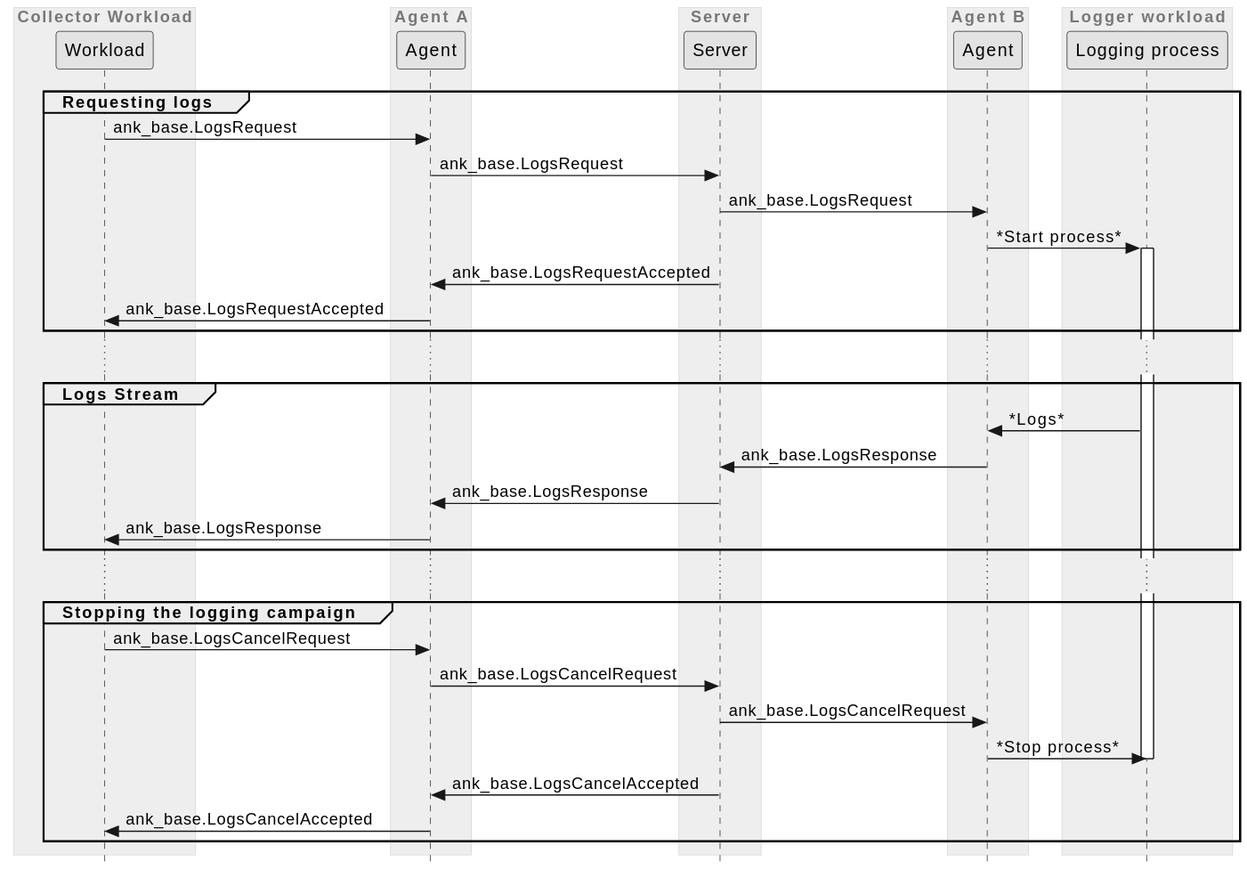
Before: agent/doc/swdesign/plantuml/seq_logging_workflow.svg, a diagram exported from PlantUML (eclipse-ankaios/ankaios). Source of this version:
```plantuml
@startuml
!include ../../../../resources/doc/plantuml/clean.skin

box "Collector Workload"
    participant "Workload" as collector_workload
end box

box "Agent A"
    participant "Agent" as agent_a
end box

box "Server"
    participant "Server" as server
end box

box "Agent B"
    participant "Agent" as agent_b
end box

box "Logger workload"
    participant "Logging process" as logger
end box

group Requesting logs
    collector_workload -> agent_a: ank_base.LogsRequest
    agent_a -> server: ank_base.LogsRequest
    server -> agent_b: ank_base.LogsRequest
    agent_b -> logger: *Start process*
    activate logger
    server -> agent_a: ank_base.LogsRequestAccepted
    agent_a -> collector_workload: ank_base.LogsRequestAccepted
end group

...

group Logs Stream
    logger -> agent_b: *Logs*
    agent_b -> server: ank_base.LogsResponse
    server -> agent_a: ank_base.LogsResponse
    agent_a -> collector_workload: ank_base.LogsResponse
end group

...

group Stopping the logging campaign
    collector_workload -> agent_a: ank_base.LogsCancelRequest
    agent_a -> server: ank_base.LogsCancelRequest
    server -> agent_b: ank_base.LogsCancelRequest
    agent_b -> logger: *Stop process*
    deactivate logger
    server -> agent_a: ank_base.LogsCancelAccepted
    agent_a -> collector_workload: ank_base.LogsCancelAccepted
end group
@enduml
```
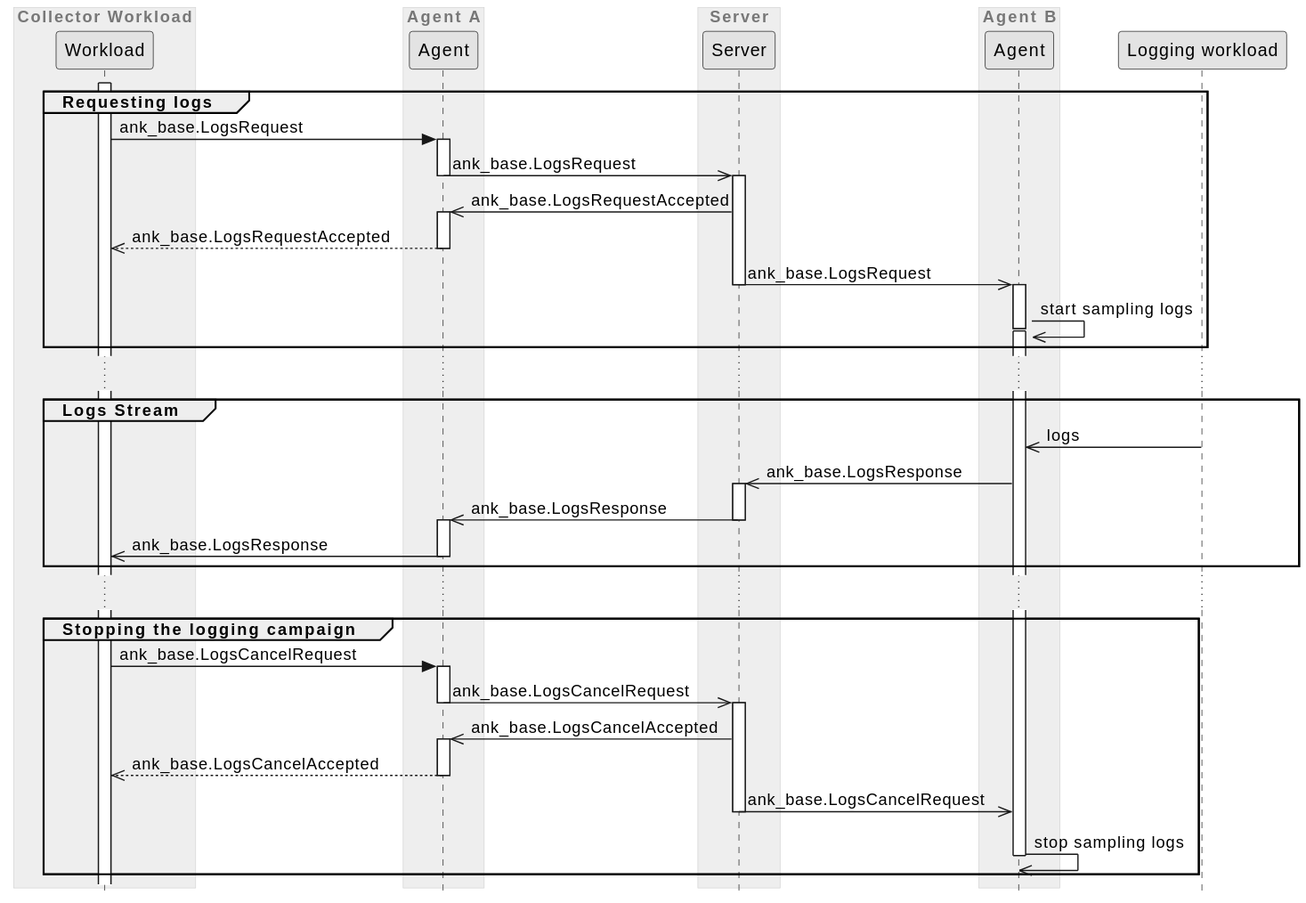
Above is the later version.

Commit message:
Update the sequence diagram

What changed in the source:
```diff
@@ -17,38 +17,43 @@
     participant "Agent" as agent_b
 end box
 
-box "Logger workload"
-    participant "Logging process" as logger
-end box
+participant "Logging workload" as logging_wl
+
+activate collector_workload
 
 group Requesting logs
-    collector_workload -> agent_a: ank_base.LogsRequest
-    agent_a -> server: ank_base.LogsRequest
-    server -> agent_b: ank_base.LogsRequest
-    agent_b -> logger: *Start process*
-    activate logger
-    server -> agent_a: ank_base.LogsRequestAccepted
-    agent_a -> collector_workload: ank_base.LogsRequestAccepted
+    collector_workload -> agent_a ++: ank_base.LogsRequest
+    agent_a ->> server --++: ank_base.LogsRequest
+
+    server ->> agent_a ++: ank_base.LogsRequestAccepted
+    agent_a -->> collector_workload --: ank_base.LogsRequestAccepted
+
+    server ->> agent_b --++: ank_base.LogsRequest
+    agent_b ->> agent_b--++: start sampling logs
+
 end group
 
 ...
 
 group Logs Stream
-    logger -> agent_b: *Logs*
-    agent_b -> server: ank_base.LogsResponse
-    server -> agent_a: ank_base.LogsResponse
-    agent_a -> collector_workload: ank_base.LogsResponse
+    logging_wl ->> agent_b: logs
+    agent_b ->> server ++: ank_base.LogsResponse
+    server ->> agent_a --++: ank_base.LogsResponse
+    agent_a ->> collector_workload --: ank_base.LogsResponse
 end group
 
 ...
 
 group Stopping the logging campaign
-    collector_workload -> agent_a: ank_base.LogsCancelRequest
-    agent_a -> server: ank_base.LogsCancelRequest
-    server -> agent_b: ank_base.LogsCancelRequest
-    agent_b -> logger: *Stop process*
-    deactivate logger
-    server -> agent_a: ank_base.LogsCancelAccepted
-    agent_a -> collector_workload: ank_base.LogsCancelAccepted
+    collector_workload -> agent_a ++: ank_base.LogsCancelRequest
+    agent_a ->> server --++: ank_base.LogsCancelRequest
+
+    server ->> agent_a ++: ank_base.LogsCancelAccepted
+    agent_a -->> collector_workload --: ank_base.LogsCancelAccepted
+
+    server ->> agent_b --: ank_base.LogsCancelRequest
+    agent_b ->> agent_b: stop sampling logs
+    deactivate agent_b
+
 end group
 @enduml
```
